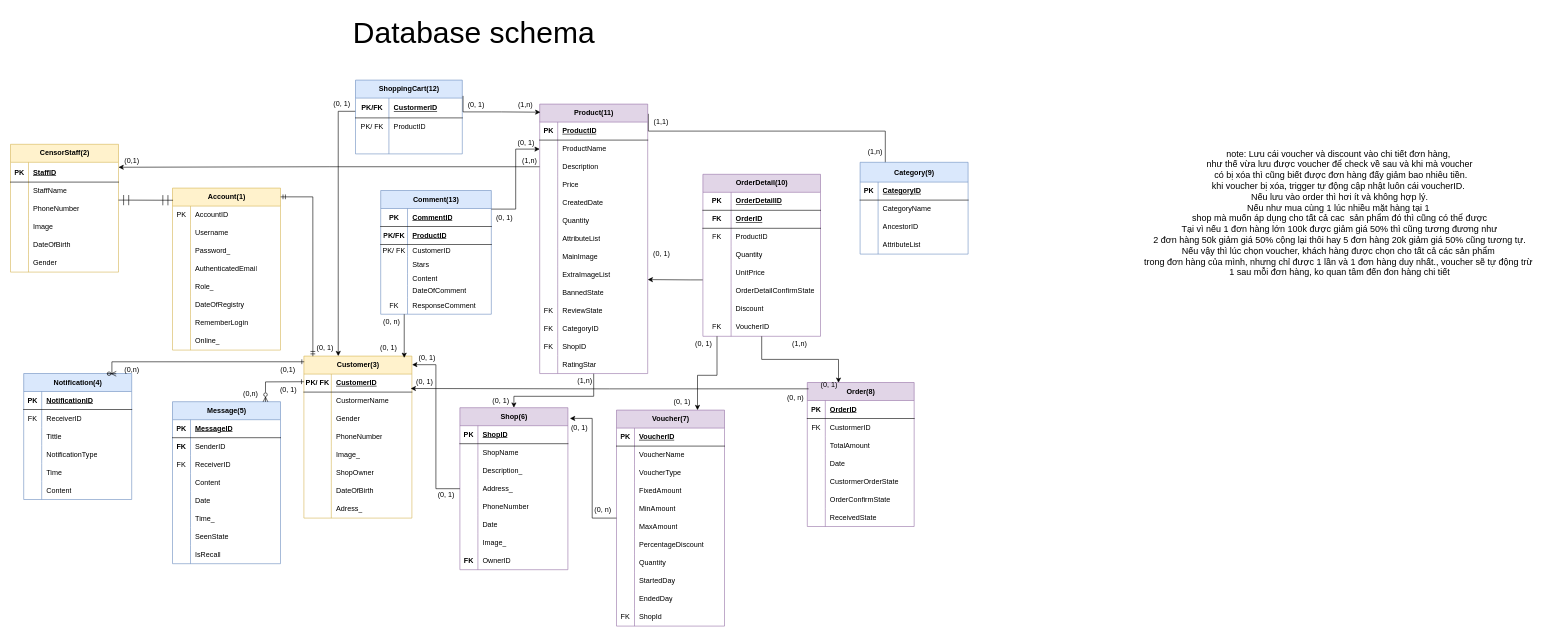
The draw.io diagram page "database" (4 of 8) of Designed Diagram/diagram.drawio in lovecrushfamily/LovE-Commerce-v0.0.2, before the edit. Source tidied: cells renumbered, new cells numbered last; positions are measured from the earlier drawing's top-left corner, leaving out a move shared by most shapes. Both pictures are drawn from the tidied source at 60%, with x=0, y=0 at pixel (10, 10).
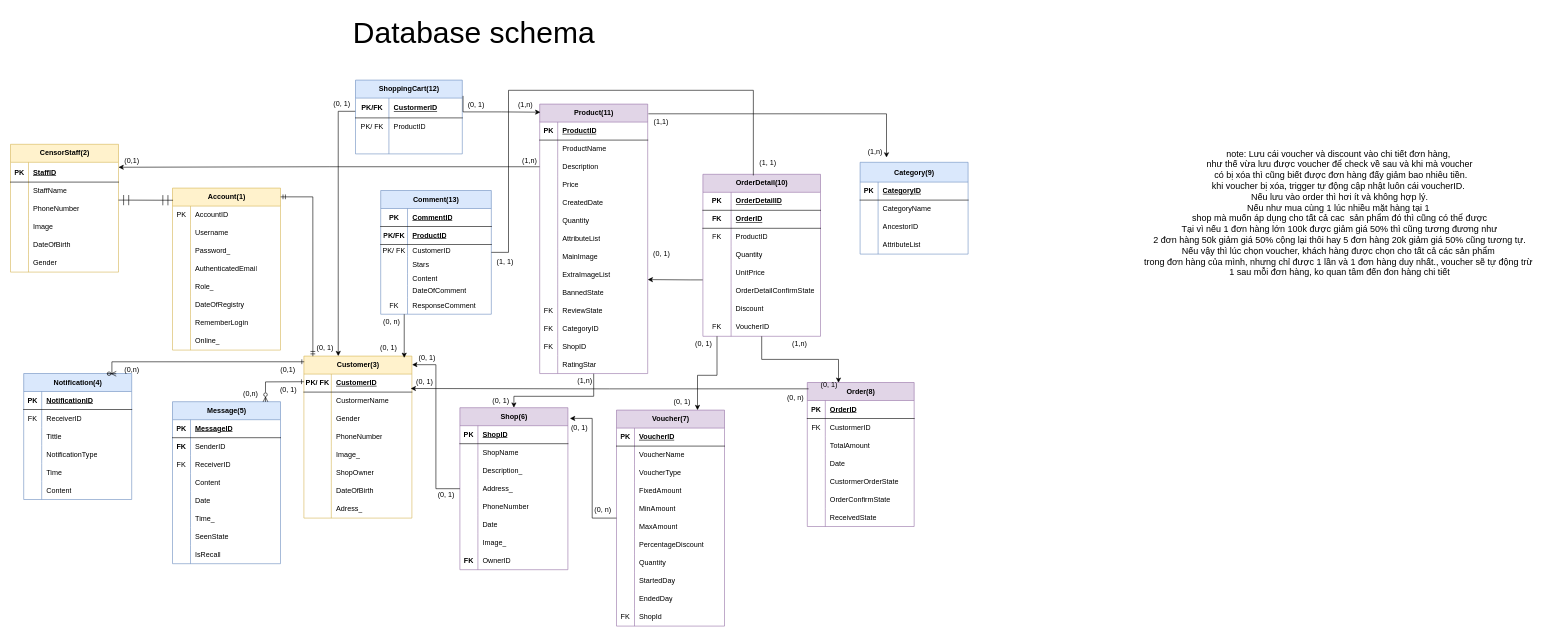
Above is the later version.

The change refers to these unchanged cells:
```xml
<mxCell id="25" value="OrderDetail(10)" style="shape=table;startSize=30;childLayout=tableLayout;rowLines=0;fontStyle=1;align=center;html=1;fillColor=#e1d5e7;strokeColor=#9673a6;" parent="1" vertex="1">
  <mxGeometry x="1154" y="273" width="196" height="270" as="geometry" />
</mxCell>
<mxCell id="52" value="Product(11)" style="shape=table;startSize=30;childLayout=tableLayout;rowLines=0;fontStyle=1;align=center;html=1;fillColor=#e1d5e7;strokeColor=#9673a6;" parent="1" vertex="1">
  <mxGeometry x="882" y="156" width="180" height="449.1" as="geometry" />
</mxCell>
<mxCell id="57" style="shape=partialRectangle;fillColor=none;top=0;left=0;bottom=0;right=0;overflow=hidden;whiteSpace=wrap;html=1;" parent="56" vertex="1">
  <mxGeometry width="30" height="30" as="geometry" />
</mxCell>
<mxCell id="181" value="Category(9)" style="shape=table;startSize=33;childLayout=tableLayout;rowLines=0;fontStyle=1;align=center;html=1;fillColor=#dae8fc;strokeColor=#6c8ebf;" parent="1" vertex="1">
  <mxGeometry x="1416" y="253" width="180" height="153" as="geometry" />
</mxCell>
<mxCell id="273" value="Comment(13)" style="shape=table;startSize=30;childLayout=tableLayout;rowLines=0;fontStyle=1;align=center;html=1;fillColor=#dae8fc;strokeColor=#6c8ebf;" parent="1" vertex="1">
  <mxGeometry x="617" y="300" width="184.4" height="206.2" as="geometry" />
</mxCell>
```

Change to the diagram source:
```diff
@@
-    <mxCell id="50" style="edgeStyle=orthogonalEdgeStyle;rounded=0;jettySize=auto;html=1;exitX=1.006;exitY=0.036;exitDx=0;exitDy=0;entryX=0.013;entryY=0.048;entryDx=0;entryDy=0;entryPerimeter=0;exitPerimeter=0;" parent="1" edge="1" source="52" target="181">
+    <mxCell id="50" style="edgeStyle=orthogonalEdgeStyle;rounded=0;jettySize=auto;html=1;exitX=1.006;exitY=0.036;exitDx=0;exitDy=0;exitPerimeter=0;" parent="1" edge="1" source="52">
       <mxGeometry relative="1" as="geometry">
+        <mxPoint x="1460" y="245" as="targetPoint" />
         <Array as="points">
-          <mxPoint x="1063" y="201" />
-          <mxPoint x="1458" y="201" />
-          <mxPoint x="1458" y="260" />
+          <mxPoint x="1460" y="172" />
         </Array>
       </mxGeometry>
     </mxCell>
@@
-    <mxCell id="298" style="edgeStyle=orthogonalEdgeStyle;rounded=0;jettySize=auto;html=1;entryX=0;entryY=0.5;entryDx=0;entryDy=0;" parent="1" edge="1" source="273" target="57">
-      <mxGeometry relative="1" as="geometry">
-        <Array as="points">
-          <mxPoint x="842" y="331" />
-          <mxPoint x="842" y="231" />
-        </Array>
-      </mxGeometry>
-    </mxCell>
@@
-    <mxCell id="333" value="(0, 1)" style="text;html=1;align=center;verticalAlign=middle;strokeColor=none;fillColor=none;" parent="1" vertex="1">
-      <mxGeometry x="800" y="332" width="46" height="26" as="geometry" />
-    </mxCell>
-    <mxCell id="334" value="(0, 1)" style="text;html=1;align=center;verticalAlign=middle;strokeColor=none;fillColor=none;" parent="1" vertex="1">
-      <mxGeometry x="836" y="207" width="46" height="26" as="geometry" />
-    </mxCell>
@@
+    <mxCell id="357" style="edgeStyle=orthogonalEdgeStyle;rounded=0;jettySize=auto;html=1;entryX=0.429;entryY=0.007;entryDx=0;entryDy=0;entryPerimeter=0;endArrow=none;endFill=0;" parent="1" edge="1" source="273" target="25">
+      <mxGeometry relative="1" as="geometry">
+        <Array as="points">
+          <mxPoint x="830" y="403" />
+          <mxPoint x="830" y="133" />
+          <mxPoint x="1238" y="133" />
+        </Array>
+      </mxGeometry>
+    </mxCell>
+    <mxCell id="358" value="(1, 1)" style="text;html=1;align=center;verticalAlign=middle;strokeColor=none;fillColor=none;" parent="1" vertex="1">
+      <mxGeometry x="801.4" y="406" width="46" height="26" as="geometry" />
+    </mxCell>
+    <mxCell id="359" value="(1, 1)" style="text;html=1;align=center;verticalAlign=middle;strokeColor=none;fillColor=none;" parent="1" vertex="1">
+      <mxGeometry x="1239" y="241" width="46" height="26" as="geometry" />
+    </mxCell>
```
